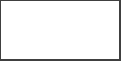
This is 02_High-level_Architecture/Milestone_1_Component_Diagram/PNG/Trial_Run.drawio.png from JmmonJeremy/CareerBound-SDD, a draw.io export, as it was before one commit. Source tidied: cells renumbered, new cells last; positions are measured from the earlier drawing's top-left corner, leaving out a move shared by most shapes. The source it was exported from:
```xml
<mxGraphModel>
  <root>
    <mxCell id="0" />
    <mxCell id="1" parent="0" />
    <mxCell id="2" style="rounded=0;whiteSpace=wrap;html=1;strokeWidth=1.5;" parent="1" vertex="1">
      <mxGeometry width="120" height="60" as="geometry" />
    </mxCell>
  </root>
</mxGraphModel>
```
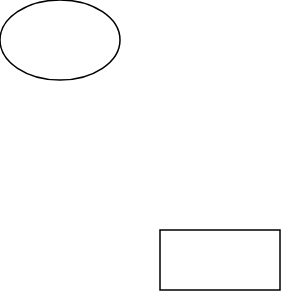
Later version of the same file.

The edit, as a diff of the source:
```diff
@@ -5,5 +5,8 @@
     <mxCell id="2" style="rounded=0;whiteSpace=wrap;html=1;strokeWidth=1.5;" parent="1" vertex="1">
       <mxGeometry width="120" height="60" as="geometry" />
     </mxCell>
+    <mxCell id="3" style="ellipse;whiteSpace=wrap;html=1;strokeWidth=1.5;" parent="1" vertex="1">
+      <mxGeometry x="-160" y="-230" width="120" height="80" as="geometry" />
+    </mxCell>
   </root>
 </mxGraphModel>
```
